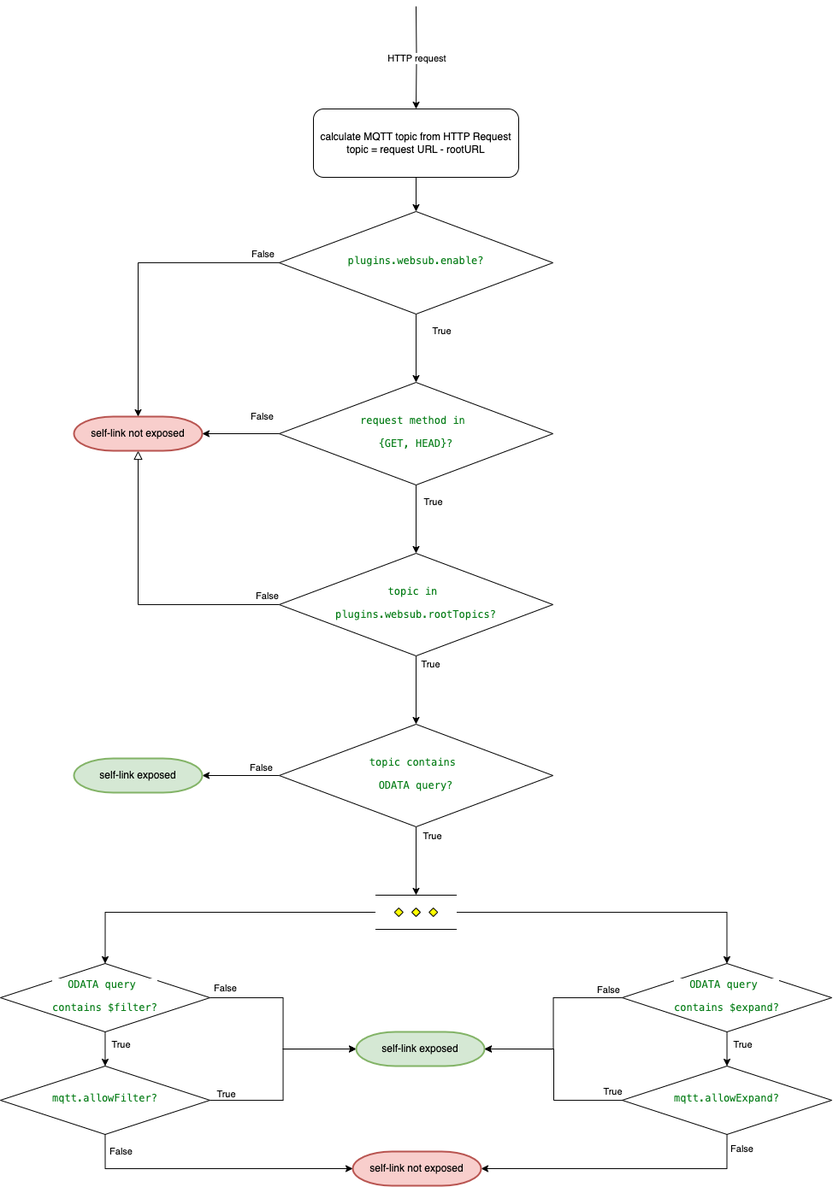
The draw.io diagram Logic.png in securedimensions/FROST-Server-WebSub, before a commit. Source tidied: cells renumbered, new cells last; positions are measured from the earlier drawing's top-left corner, leaving out a move shared by most shapes.
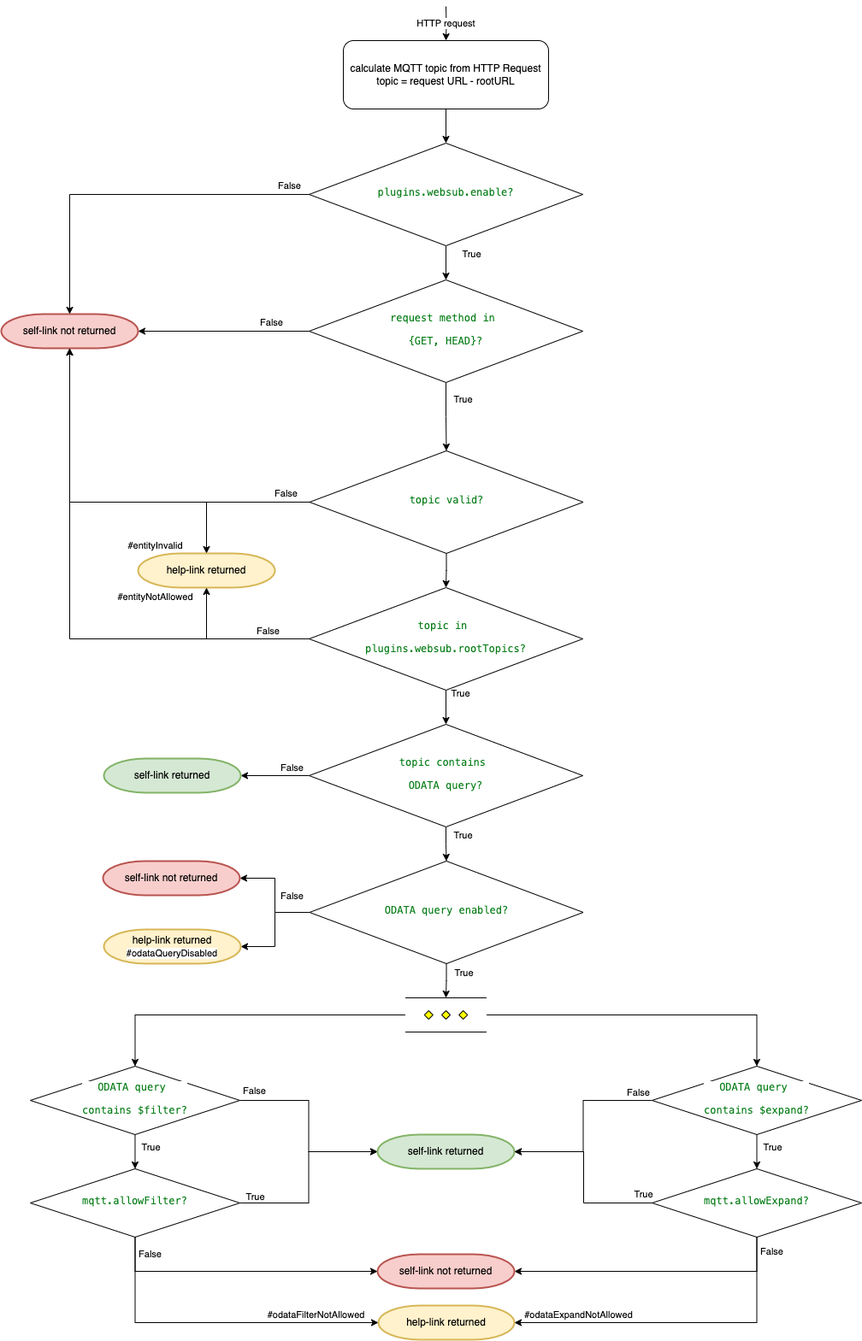
After the change.

What changed in the source:
```diff
@@ -2,22 +2,19 @@
   <root>
     <mxCell id="0" />
     <mxCell id="1" parent="0" />
-    <mxCell id="2" value="False" style="rounded=0;html=1;jettySize=auto;fontSize=11;endArrow=block;endFill=0;endSize=8;strokeWidth=1;shadow=0;labelBackgroundColor=none;edgeStyle=orthogonalEdgeStyle;exitX=0;exitY=0.5;exitDx=0;exitDy=0;entryX=0.5;entryY=1;entryDx=0;entryDy=0;entryPerimeter=0;" parent="1" edge="1" source="4" target="36">
-      <mxGeometry x="-0.92" y="-10" relative="1" as="geometry" />
-    </mxCell>
     <mxCell id="3" value="True" style="edgeStyle=orthogonalEdgeStyle;rounded=0;jettySize=auto;html=1;exitX=0.5;exitY=1;exitDx=0;exitDy=0;entryX=0.5;entryY=0;entryDx=0;entryDy=0;" parent="1" edge="1" source="4" target="11">
       <mxGeometry x="-0.75" y="18" relative="1" as="geometry">
         <mxPoint x="-1" y="-1" as="offset" />
       </mxGeometry>
     </mxCell>
     <mxCell id="4" value="&lt;div style=&quot;background-color:#ffffff;color:#080808;font-family:'JetBrains Mono',monospace;font-size:9,8pt;&quot;&gt;&lt;pre&gt;&lt;span style=&quot;color:#067d17;&quot;&gt;topic in &lt;/span&gt;&lt;/pre&gt;&lt;pre&gt;&lt;span style=&quot;color:#067d17;&quot;&gt;plugins.websub.rootTopics?&lt;/span&gt;&lt;/pre&gt;&lt;/div&gt;" style="rhombus;whiteSpace=wrap;html=1;shadow=0;fontFamily=Helvetica;fontSize=12;align=center;strokeWidth=1;spacing=6;spacingTop=-4;" parent="1" vertex="1">
-      <mxGeometry x="326" y="640" width="320" height="120" as="geometry" />
+      <mxGeometry x="326" y="560" width="320" height="120" as="geometry" />
     </mxCell>
-    <mxCell id="5" value="True" style="edgeStyle=orthogonalEdgeStyle;rounded=0;jettySize=auto;html=1;entryX=0.5;entryY=0;entryDx=0;entryDy=0;" parent="1" edge="1" source="6" target="4">
+    <mxCell id="5" value="True" style="edgeStyle=orthogonalEdgeStyle;rounded=0;jettySize=auto;html=1;entryX=0.5;entryY=0;entryDx=0;entryDy=0;" parent="1" edge="1" source="6" target="60">
       <mxGeometry x="-0.51" y="20" relative="1" as="geometry" />
     </mxCell>
     <mxCell id="6" value="&lt;pre style=&quot;color: rgb(8, 8, 8);&quot;&gt;&lt;pre&gt;&lt;span style=&quot;color: rgb(6, 125, 23);&quot;&gt;request method in &lt;/span&gt;&lt;/pre&gt;&lt;pre&gt;&lt;span style=&quot;color: rgb(6, 125, 23);&quot;&gt;{GET, HEAD}?&lt;/span&gt;&lt;/pre&gt;&lt;/pre&gt;" style="rhombus;whiteSpace=wrap;html=1;shadow=0;fontFamily=Helvetica;fontSize=12;align=center;strokeWidth=1;spacing=6;spacingTop=-4;" parent="1" vertex="1">
-      <mxGeometry x="326" y="440" width="320" height="120" as="geometry" />
+      <mxGeometry x="326" y="200" width="320" height="120" as="geometry" />
     </mxCell>
     <mxCell id="7" style="edgeStyle=orthogonalEdgeStyle;rounded=0;jettySize=auto;html=1;entryX=1;entryY=0.5;entryDx=0;entryDy=0;entryPerimeter=0;" parent="1" edge="1" source="11" target="21">
       <mxGeometry relative="1" as="geometry" />
@@ -27,16 +24,11 @@
         <mxPoint x="-11" y="-9" as="offset" />
       </mxGeometry>
     </mxCell>
-    <mxCell id="9" style="edgeStyle=orthogonalEdgeStyle;rounded=0;jettySize=auto;html=1;entryX=0.5;entryY=0;entryDx=0;entryDy=0;entryPerimeter=0;" parent="1" edge="1" source="11" target="24">
-      <mxGeometry relative="1" as="geometry" />
-    </mxCell>
-    <mxCell id="10" value="True" style="edgeLabel;html=1;align=center;verticalAlign=middle;" parent="9" vertex="1">
-      <mxGeometry x="-0.15" y="2" relative="1" as="geometry">
-        <mxPoint x="16" y="-24" as="offset" />
-      </mxGeometry>
-    </mxCell>
+    <mxCell id="44" value="True" style="edgeStyle=orthogonalEdgeStyle;rounded=0;jettySize=auto;html=1;entryX=0.5;entryY=0;entryDx=0;entryDy=0;" parent="1" edge="1" source="11" target="55">
+      <mxGeometry x="-0.51" y="20" relative="1" as="geometry" />
+    </mxCell>
     <mxCell id="11" value="&lt;div style=&quot;background-color:#ffffff;color:#080808;font-family:'JetBrains Mono',monospace;font-size:9,8pt;&quot;&gt;&lt;pre&gt;&lt;span style=&quot;color:#067d17;&quot;&gt;topic contains &lt;/span&gt;&lt;/pre&gt;&lt;pre&gt;&lt;span style=&quot;color:#067d17;&quot;&gt;ODATA query?&lt;/span&gt;&lt;/pre&gt;&lt;/div&gt;" style="rhombus;whiteSpace=wrap;html=1;shadow=0;fontFamily=Helvetica;fontSize=12;align=center;strokeWidth=1;spacing=6;spacingTop=-4;" parent="1" vertex="1">
-      <mxGeometry x="326" y="840" width="320" height="120" as="geometry" />
+      <mxGeometry x="326" y="720" width="320" height="120" as="geometry" />
     </mxCell>
     <mxCell id="12" style="edgeStyle=orthogonalEdgeStyle;rounded=0;jettySize=auto;html=1;entryX=0;entryY=0.5;entryDx=0;entryDy=0;entryPerimeter=0;" parent="1" edge="1" source="16" target="20">
       <mxGeometry relative="1" as="geometry" />
@@ -68,11 +60,11 @@
     <mxCell id="19" value="&lt;div style=&quot;background-color:#ffffff;color:#080808;font-family:'JetBrains Mono',monospace;font-size:9,8pt;&quot;&gt;&lt;pre&gt;&lt;div style=&quot;font-family: &amp;quot;JetBrains Mono&amp;quot;, monospace;&quot;&gt;&lt;pre&gt;&lt;span style=&quot;color:#067d17;&quot;&gt;mqtt.allowFilter?&lt;/span&gt;&lt;/pre&gt;&lt;/div&gt;&lt;/pre&gt;&lt;/div&gt;" style="rhombus;whiteSpace=wrap;html=1;shadow=0;fontFamily=Helvetica;fontSize=12;align=center;strokeWidth=1;spacing=6;spacingTop=-4;" parent="1" vertex="1">
       <mxGeometry y="1240" width="245" height="80" as="geometry" />
     </mxCell>
-    <mxCell id="20" value="self-link exposed" style="strokeWidth=2;html=1;shape=mxgraph.flowchart.terminator;whiteSpace=wrap;fillColor=#d5e8d4;strokeColor=#82b366;" parent="1" vertex="1">
-      <mxGeometry x="416" y="1200" width="150" height="40" as="geometry" />
+    <mxCell id="20" value="self-link returned" style="strokeWidth=2;html=1;shape=mxgraph.flowchart.terminator;whiteSpace=wrap;fillColor=#d5e8d4;strokeColor=#82b366;" parent="1" vertex="1">
+      <mxGeometry x="406" y="1200" width="160" height="40" as="geometry" />
     </mxCell>
-    <mxCell id="21" value="self-link exposed" style="strokeWidth=2;html=1;shape=mxgraph.flowchart.terminator;whiteSpace=wrap;fillColor=#d5e8d4;strokeColor=#82b366;" parent="1" vertex="1">
-      <mxGeometry x="86" y="880" width="150" height="40" as="geometry" />
+    <mxCell id="21" value="self-link returned" style="strokeWidth=2;html=1;shape=mxgraph.flowchart.terminator;whiteSpace=wrap;fillColor=#d5e8d4;strokeColor=#82b366;" parent="1" vertex="1">
+      <mxGeometry x="86" y="760" width="160" height="40" as="geometry" />
     </mxCell>
     <mxCell id="22" style="edgeStyle=orthogonalEdgeStyle;rounded=0;jettySize=auto;html=1;exitX=0;exitY=0.5;exitDx=0;exitDy=0;exitPerimeter=0;entryX=0.5;entryY=0;entryDx=0;entryDy=0;" parent="1" edge="1" source="24" target="16">
       <mxGeometry relative="1" as="geometry" />
@@ -113,8 +105,8 @@
     <mxCell id="32" value="&lt;div style=&quot;background-color:#ffffff;color:#080808;font-family:'JetBrains Mono',monospace;font-size:9,8pt;&quot;&gt;&lt;pre&gt;&lt;div style=&quot;font-family: &amp;quot;JetBrains Mono&amp;quot;, monospace;&quot;&gt;&lt;pre&gt;&lt;span style=&quot;color:#067d17;&quot;&gt;mqtt.allowExpand?&lt;/span&gt;&lt;/pre&gt;&lt;/div&gt;&lt;/pre&gt;&lt;/div&gt;" style="rhombus;whiteSpace=wrap;html=1;shadow=0;fontFamily=Helvetica;fontSize=12;align=center;strokeWidth=1;spacing=6;spacingTop=-4;" parent="1" vertex="1">
       <mxGeometry x="727" y="1240" width="245" height="80" as="geometry" />
     </mxCell>
-    <mxCell id="33" value="self-link not exposed" style="strokeWidth=2;html=1;shape=mxgraph.flowchart.terminator;whiteSpace=wrap;fillColor=#f8cecc;strokeColor=#b85450;" parent="1" vertex="1">
-      <mxGeometry x="412" y="1340" width="150" height="40" as="geometry" />
+    <mxCell id="33" value="self-link not returned" style="strokeWidth=2;html=1;shape=mxgraph.flowchart.terminator;whiteSpace=wrap;fillColor=#f8cecc;strokeColor=#b85450;" parent="1" vertex="1">
+      <mxGeometry x="406" y="1340" width="160" height="40" as="geometry" />
     </mxCell>
     <mxCell id="34" value="False" style="edgeStyle=orthogonalEdgeStyle;rounded=0;jettySize=auto;html=1;entryX=0;entryY=0.5;entryDx=0;entryDy=0;entryPerimeter=0;exitX=0.5;exitY=1;exitDx=0;exitDy=0;" parent="1" edge="1" source="19" target="33">
       <mxGeometry x="-0.87" y="18" relative="1" as="geometry">
@@ -133,8 +125,8 @@
         <mxPoint x="1" as="offset" />
       </mxGeometry>
     </mxCell>
-    <mxCell id="36" value="self-link not exposed" style="strokeWidth=2;html=1;shape=mxgraph.flowchart.terminator;whiteSpace=wrap;fillColor=#f8cecc;strokeColor=#b85450;" parent="1" vertex="1">
-      <mxGeometry x="86" y="480" width="150" height="40" as="geometry" />
+    <mxCell id="36" value="self-link not returned" style="strokeWidth=2;html=1;shape=mxgraph.flowchart.terminator;whiteSpace=wrap;fillColor=#f8cecc;strokeColor=#b85450;" parent="1" vertex="1">
+      <mxGeometry x="-34" y="240" width="160" height="40" as="geometry" />
     </mxCell>
     <mxCell id="37" style="endArrow=classic;html=1;rounded=0;entryX=0.5;entryY=0;entryDx=0;entryDy=0;exitX=0.5;exitY=1;exitDx=0;exitDy=0;" parent="1" edge="1" source="39" target="41">
       <mxGeometry x="0.18" y="20" relative="1" as="geometry">
@@ -143,23 +135,111 @@
     </mxCell>
     <mxCell id="38" value="HTTP request" style="edgeStyle=orthogonalEdgeStyle;rounded=0;jettySize=auto;html=1;entryX=0.5;entryY=0;entryDx=0;entryDy=0;" parent="1" edge="1" target="39">
       <mxGeometry relative="1" as="geometry">
-        <mxPoint x="486" as="sourcePoint" />
+        <mxPoint x="486" y="-120" as="sourcePoint" />
       </mxGeometry>
     </mxCell>
     <mxCell id="39" value="&lt;div&gt;calculate MQTT topic from HTTP Request&lt;/div&gt;topic = request URL - rootURL" style="rounded=1;whiteSpace=wrap;html=1;" parent="1" vertex="1">
-      <mxGeometry x="366" y="120" width="240" height="80" as="geometry" />
+      <mxGeometry x="366" y="-80" width="240" height="80" as="geometry" />
     </mxCell>
     <mxCell id="40" value="True" style="edgeStyle=orthogonalEdgeStyle;rounded=0;jettySize=auto;html=1;entryX=0.5;entryY=0;entryDx=0;entryDy=0;" parent="1" edge="1" source="41" target="6">
       <mxGeometry x="-0.5" y="30" relative="1" as="geometry" />
     </mxCell>
     <mxCell id="41" value="&lt;pre style=&quot;&quot;&gt;&lt;pre style=&quot;color: rgb(8, 8, 8);&quot;&gt;&lt;pre&gt;&lt;span style=&quot;color: rgb(6, 125, 23);&quot;&gt;plugins.websub.enable?&lt;/span&gt;&lt;/pre&gt;&lt;/pre&gt;&lt;/pre&gt;" style="rhombus;whiteSpace=wrap;html=1;shadow=0;fontFamily=Helvetica;fontSize=12;align=center;strokeWidth=1;spacing=6;spacingTop=-4;" parent="1" vertex="1">
-      <mxGeometry x="326" y="240" width="320" height="120" as="geometry" />
+      <mxGeometry x="326" y="40" width="320" height="120" as="geometry" />
     </mxCell>
     <mxCell id="42" value="False" style="edgeStyle=orthogonalEdgeStyle;rounded=0;jettySize=auto;html=1;entryX=1;entryY=0.5;entryDx=0;entryDy=0;entryPerimeter=0;" parent="1" edge="1" source="6" target="36">
-      <mxGeometry x="-0.56" y="-20" relative="1" as="geometry" />
+      <mxGeometry x="-0.56" y="-10" relative="1" as="geometry" />
     </mxCell>
     <mxCell id="43" value="False" style="edgeStyle=orthogonalEdgeStyle;rounded=0;jettySize=auto;html=1;entryX=0.5;entryY=0;entryDx=0;entryDy=0;entryPerimeter=0;" parent="1" edge="1" source="41" target="36">
       <mxGeometry x="-0.89" y="-10" relative="1" as="geometry" />
     </mxCell>
+    <mxCell id="2" style="edgeStyle=orthogonalEdgeStyle;rounded=0;jettySize=auto;html=1;entryX=0.5;entryY=1;entryDx=0;entryDy=0;entryPerimeter=0;" parent="1" edge="1" source="4" target="36">
+      <mxGeometry relative="1" as="geometry" />
+    </mxCell>
+    <mxCell id="45" value="False" style="edgeLabel;html=1;align=center;verticalAlign=middle;" parent="2" vertex="1">
+      <mxGeometry x="-0.84" y="-1" relative="1" as="geometry">
+        <mxPoint y="-9" as="offset" />
+      </mxGeometry>
+    </mxCell>
+    <mxCell id="46" value="help-link returned" style="strokeWidth=2;html=1;shape=mxgraph.flowchart.terminator;whiteSpace=wrap;fillColor=#fff2cc;strokeColor=#d6b656;" parent="1" vertex="1">
+      <mxGeometry x="126" y="520" width="160" height="40" as="geometry" />
+    </mxCell>
+    <mxCell id="47" value="help-link returned" style="strokeWidth=2;html=1;shape=mxgraph.flowchart.terminator;whiteSpace=wrap;fillColor=#fff2cc;strokeColor=#d6b656;" parent="1" vertex="1">
+      <mxGeometry x="407" y="1400" width="159" height="40" as="geometry" />
+    </mxCell>
+    <mxCell id="48" style="edgeStyle=orthogonalEdgeStyle;rounded=0;jettySize=auto;html=1;entryX=0;entryY=0.5;entryDx=0;entryDy=0;entryPerimeter=0;" parent="1" edge="1" source="19" target="47">
+      <mxGeometry relative="1" as="geometry">
+        <Array as="points">
+          <mxPoint x="123" y="1420" />
+        </Array>
+      </mxGeometry>
+    </mxCell>
+    <mxCell id="49" value="#odataFilterNotAllowed" style="edgeLabel;html=1;align=center;verticalAlign=middle;" parent="48" vertex="1">
+      <mxGeometry x="0.44" y="3" relative="1" as="geometry">
+        <mxPoint x="33" y="-7" as="offset" />
+      </mxGeometry>
+    </mxCell>
+    <mxCell id="50" style="edgeStyle=orthogonalEdgeStyle;rounded=0;jettySize=auto;html=1;entryX=1;entryY=0.5;entryDx=0;entryDy=0;entryPerimeter=0;" parent="1" edge="1" source="32" target="47">
+      <mxGeometry relative="1" as="geometry">
+        <Array as="points">
+          <mxPoint x="850" y="1420" />
+        </Array>
+      </mxGeometry>
+    </mxCell>
+    <mxCell id="51" value="#odataExpandNotAllowed" style="edgeLabel;html=1;align=center;verticalAlign=middle;" parent="50" vertex="1">
+      <mxGeometry x="0.69" y="-1" relative="1" as="geometry">
+        <mxPoint x="15" y="-9" as="offset" />
+      </mxGeometry>
+    </mxCell>
+    <mxCell id="52" value="&lt;meta charset=&quot;utf-8&quot;&gt;&lt;span style=&quot;color: rgb(0, 0, 0); font-family: Helvetica; font-size: 11px; font-style: normal; font-variant-ligatures: normal; font-variant-caps: normal; font-weight: 400; letter-spacing: normal; orphans: 2; text-align: center; text-indent: 0px; text-transform: none; widows: 2; word-spacing: 0px; -webkit-text-stroke-width: 0px; white-space: nowrap; background-color: rgb(255, 255, 255); text-decoration-thickness: initial; text-decoration-style: initial; text-decoration-color: initial; display: inline !important; float: none;&quot;&gt;#entityNotAllowed&lt;/span&gt;" style="edgeStyle=orthogonalEdgeStyle;rounded=0;jettySize=auto;html=1;entryX=0.5;entryY=1;entryDx=0;entryDy=0;entryPerimeter=0;" parent="1" edge="1" source="4" target="46">
+      <mxGeometry x="0.88" y="60" relative="1" as="geometry" />
+    </mxCell>
+    <mxCell id="53" value="False" style="edgeStyle=orthogonalEdgeStyle;rounded=0;jettySize=auto;html=1;" parent="1" edge="1" source="55" target="57">
+      <mxGeometry y="-20" relative="1" as="geometry">
+        <Array as="points">
+          <mxPoint x="286" y="940" />
+          <mxPoint x="286" y="900" />
+        </Array>
+      </mxGeometry>
+    </mxCell>
+    <mxCell id="54" style="edgeStyle=orthogonalEdgeStyle;rounded=0;jettySize=auto;html=1;" parent="1" edge="1" source="55" target="58">
+      <mxGeometry x="0.67" y="20" relative="1" as="geometry">
+        <Array as="points">
+          <mxPoint x="286" y="940" />
+          <mxPoint x="286" y="980" />
+        </Array>
+      </mxGeometry>
+    </mxCell>
+    <mxCell id="55" value="&lt;div style=&quot;background-color:#ffffff;color:#080808;font-family:'JetBrains Mono',monospace;font-size:9,8pt;&quot;&gt;&lt;pre&gt;&lt;span style=&quot;color: rgb(6, 125, 23); font-family: &amp;quot;JetBrains Mono&amp;quot;, monospace; white-space: normal;&quot;&gt;ODATA query enabled?&lt;/span&gt;&lt;br&gt;&lt;/pre&gt;&lt;/div&gt;" style="rhombus;whiteSpace=wrap;html=1;shadow=0;fontFamily=Helvetica;fontSize=12;align=center;strokeWidth=1;spacing=6;spacingTop=-4;" parent="1" vertex="1">
+      <mxGeometry x="326.5" y="880" width="320" height="120" as="geometry" />
+    </mxCell>
+    <mxCell id="56" style="edgeStyle=orthogonalEdgeStyle;rounded=0;jettySize=auto;html=1;entryX=0.5;entryY=0;entryDx=0;entryDy=0;entryPerimeter=0;" parent="1" edge="1" source="55" target="24">
+      <mxGeometry relative="1" as="geometry" />
+    </mxCell>
+    <mxCell id="10" value="True" style="edgeLabel;html=1;align=center;verticalAlign=middle;" parent="56" vertex="1">
+      <mxGeometry x="0.01" y="-1" relative="1" as="geometry">
+        <mxPoint x="20" y="-9" as="offset" />
+      </mxGeometry>
+    </mxCell>
+    <mxCell id="57" value="self-link not returned" style="strokeWidth=2;html=1;shape=mxgraph.flowchart.terminator;whiteSpace=wrap;fillColor=#f8cecc;strokeColor=#b85450;" parent="1" vertex="1">
+      <mxGeometry x="85" y="880" width="160" height="40" as="geometry" />
+    </mxCell>
+    <mxCell id="58" value="help-link returned&lt;div&gt;&lt;span style=&quot;font-size: 11px; text-wrap: nowrap; background-color: rgb(255, 255, 255);&quot;&gt;#odataQueryDisabled&lt;/span&gt;&lt;br&gt;&lt;/div&gt;" style="strokeWidth=2;html=1;shape=mxgraph.flowchart.terminator;whiteSpace=wrap;fillColor=#fff2cc;strokeColor=#d6b656;" parent="1" vertex="1">
+      <mxGeometry x="86" y="960" width="160" height="40" as="geometry" />
+    </mxCell>
+    <mxCell id="59" style="edgeStyle=orthogonalEdgeStyle;rounded=0;jettySize=auto;html=1;entryX=0.5;entryY=0;entryDx=0;entryDy=0;" parent="1" edge="1" source="60" target="4">
+      <mxGeometry relative="1" as="geometry" />
+    </mxCell>
+    <mxCell id="60" value="&lt;div style=&quot;background-color:#ffffff;color:#080808;font-family:'JetBrains Mono',monospace;font-size:9,8pt;&quot;&gt;&lt;pre&gt;&lt;span style=&quot;color:#067d17;&quot;&gt;topic valid?&lt;/span&gt;&lt;/pre&gt;&lt;/div&gt;" style="rhombus;whiteSpace=wrap;html=1;shadow=0;fontFamily=Helvetica;fontSize=12;align=center;strokeWidth=1;spacing=6;spacingTop=-4;" parent="1" vertex="1">
+      <mxGeometry x="326.5" y="400" width="320" height="120" as="geometry" />
+    </mxCell>
+    <mxCell id="61" value="False" style="edgeStyle=orthogonalEdgeStyle;rounded=0;jettySize=auto;html=1;entryX=0.5;entryY=1;entryDx=0;entryDy=0;entryPerimeter=0;" parent="1" edge="1" source="60" target="36">
+      <mxGeometry x="-0.88" y="-10" relative="1" as="geometry" />
+    </mxCell>
+    <mxCell id="62" value="#entityInvalid" style="edgeStyle=orthogonalEdgeStyle;rounded=0;jettySize=auto;html=1;entryX=0.5;entryY=0;entryDx=0;entryDy=0;entryPerimeter=0;" parent="1" edge="1" source="60" target="46">
+      <mxGeometry x="0.88" y="-60" relative="1" as="geometry">
+        <mxPoint y="1" as="offset" />
+      </mxGeometry>
+    </mxCell>
   </root>
 </mxGraphModel>
```
